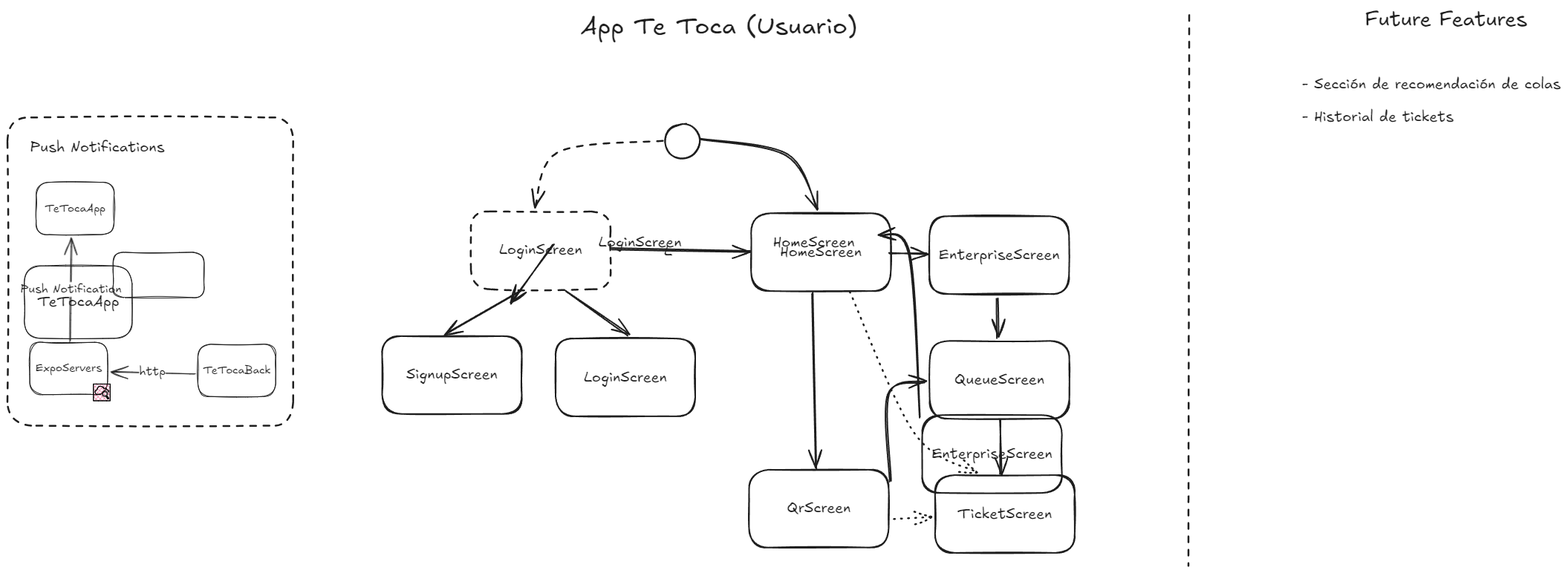
Earlier version of the Excalidraw export planning/EstructuraApp.excalidraw.png (JhonAQ/te-toca-app). Source tidied: one line per element, renumbered; positions are measured from the earlier drawing's top-left corner, leaving out a move shared by most shapes.
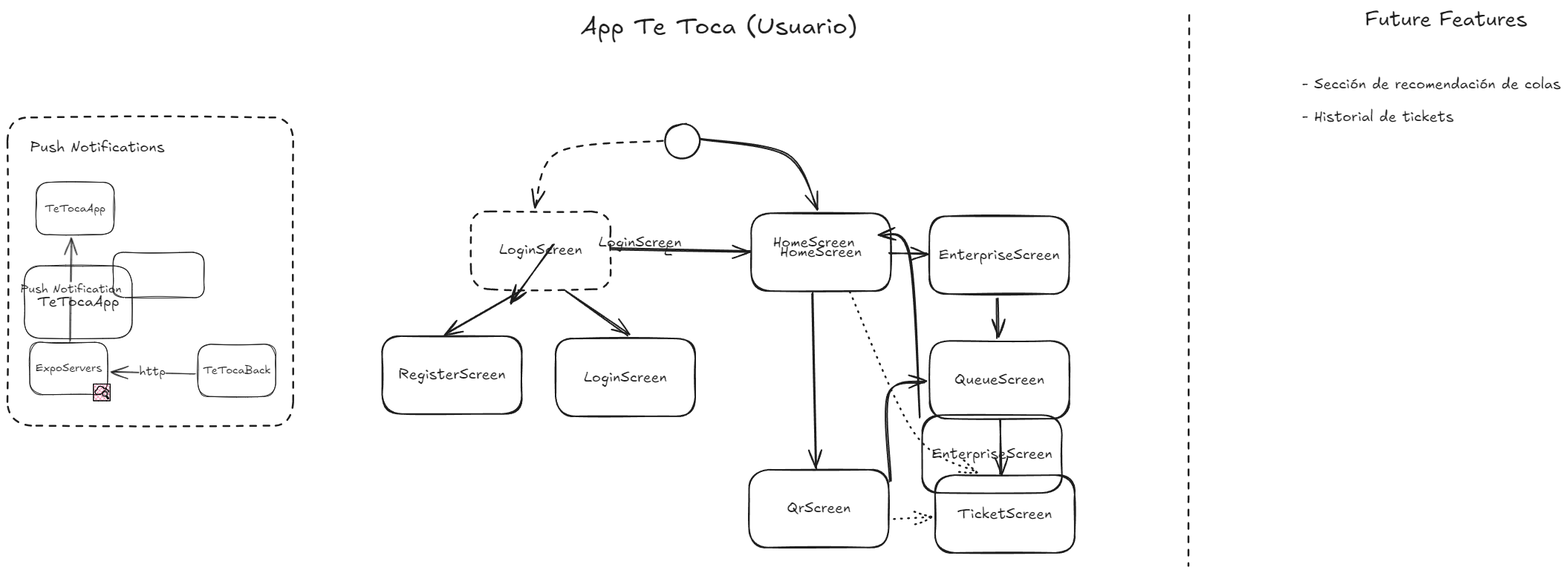
After the change.

Diff of the diagram source:
```diff
@@ -11,7 +11,7 @@
 {"id": 10, "type": "rectangle", "strokeColor": "#1e1e1e", "strokeWidth": 2, "roughness": 1, "round": true, "x": 738, "y": 446, "width": 188, "height": 105}
 {"id": 11, "type": "text", "text": "LoginScreen", "strokeColor": "#1e1e1e", "strokeWidth": 2, "roughness": 1, "fontSize": 20, "fontFamily": 5, "textAlign": "center", "verticalAlign": "middle", "inside": 10, "x": 776, "y": 486, "width": 112, "height": 25}
 {"id": 12, "type": "rectangle", "strokeColor": "#1e1e1e", "strokeWidth": 2, "roughness": 1, "round": true, "x": 504, "y": 443, "width": 188, "height": 105}
-{"id": 13, "type": "text", "text": "SignupScreen", "strokeColor": "#1e1e1e", "strokeWidth": 2, "roughness": 1, "fontSize": 20, "fontFamily": 5, "textAlign": "center", "verticalAlign": "middle", "inside": 12, "x": 537, "y": 483, "width": 123, "height": 25}
+{"id": 13, "type": "text", "text": "RegisterScreen", "strokeColor": "#1e1e1e", "strokeWidth": 2, "roughness": 1, "fontSize": 20, "fontFamily": 5, "textAlign": "center", "verticalAlign": "middle", "inside": 12, "x": 526, "y": 483, "width": 145, "height": 25}
 {"id": 14, "type": "arrow", "strokeColor": "#1e1e1e", "strokeWidth": 2, "roughness": 1, "endArrowhead": "arrow", "round": true, "from": 0, "to": 10, "x": 752, "y": 383, "width": 84, "height": 59, "points": [[0, 0], [84, 59]]}
 {"id": 15, "type": "arrow", "strokeColor": "#1e1e1e", "strokeWidth": 2, "roughness": 1, "endArrowhead": "arrow", "round": true, "from": 0, "to": 12, "x": 689, "y": 381, "width": 99, "height": 58, "points": [[0, 0], [-99, 58]]}
 {"id": 16, "type": "arrow", "strokeColor": "#1e1e1e", "strokeWidth": 2, "roughness": 1, "endArrowhead": "arrow", "round": true, "from": 2, "to": 4, "x": 1188, "y": 332, "width": 50, "height": 1, "points": [[0, 0], [50, -1]]}
```
